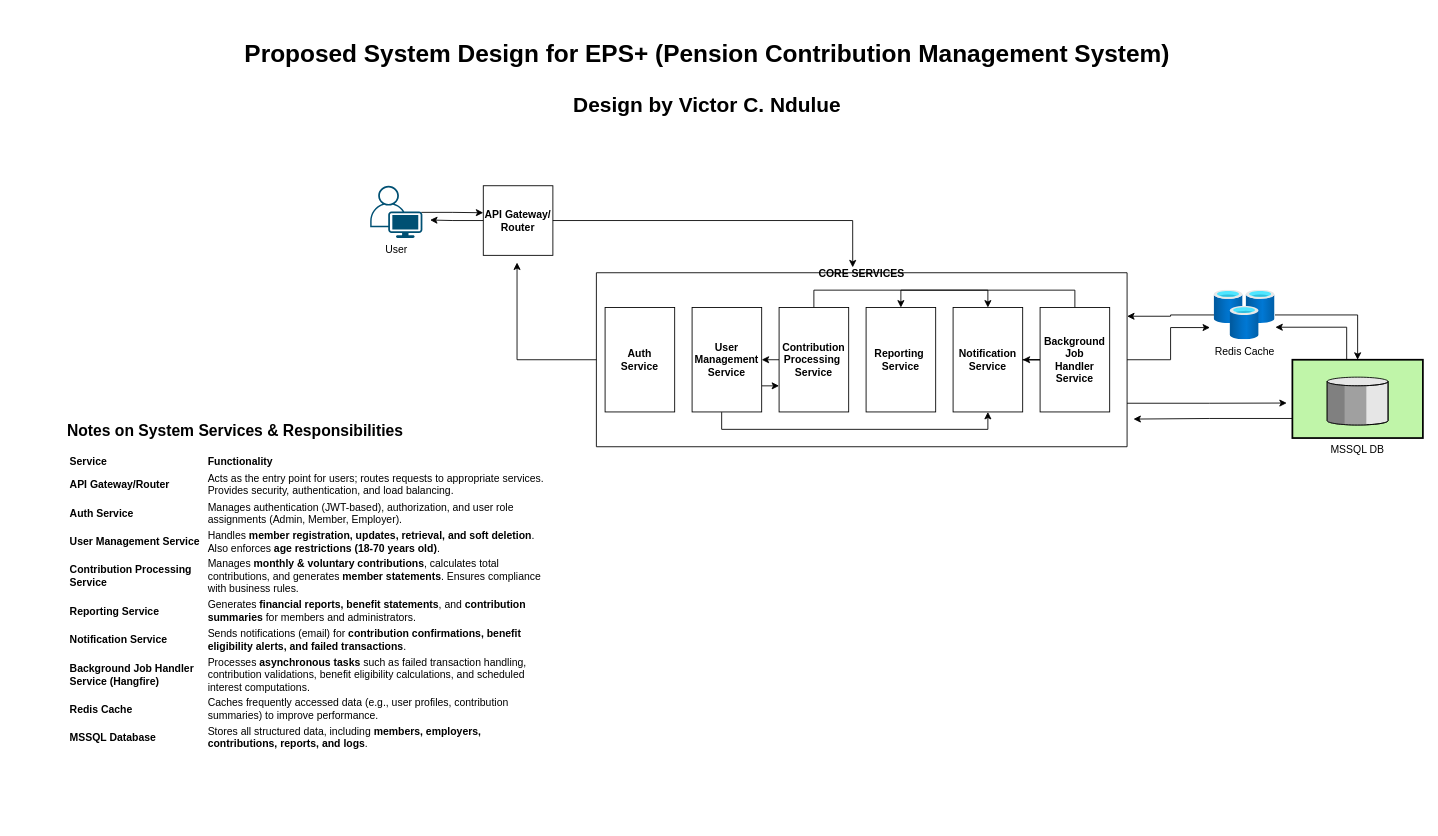
Earlier version of the draw.io diagram EnhancedPensionSystem.drawio (Victor-Ndulue/EnhancedPensionSystem). Source tidied: cells renumbered, new cells numbered last; positions are measured from the earlier drawing's top-left corner, leaving out a move shared by most shapes. Both pictures are drawn from the tidied source at 87%, with x=0, y=0 at pixel (15, 29).
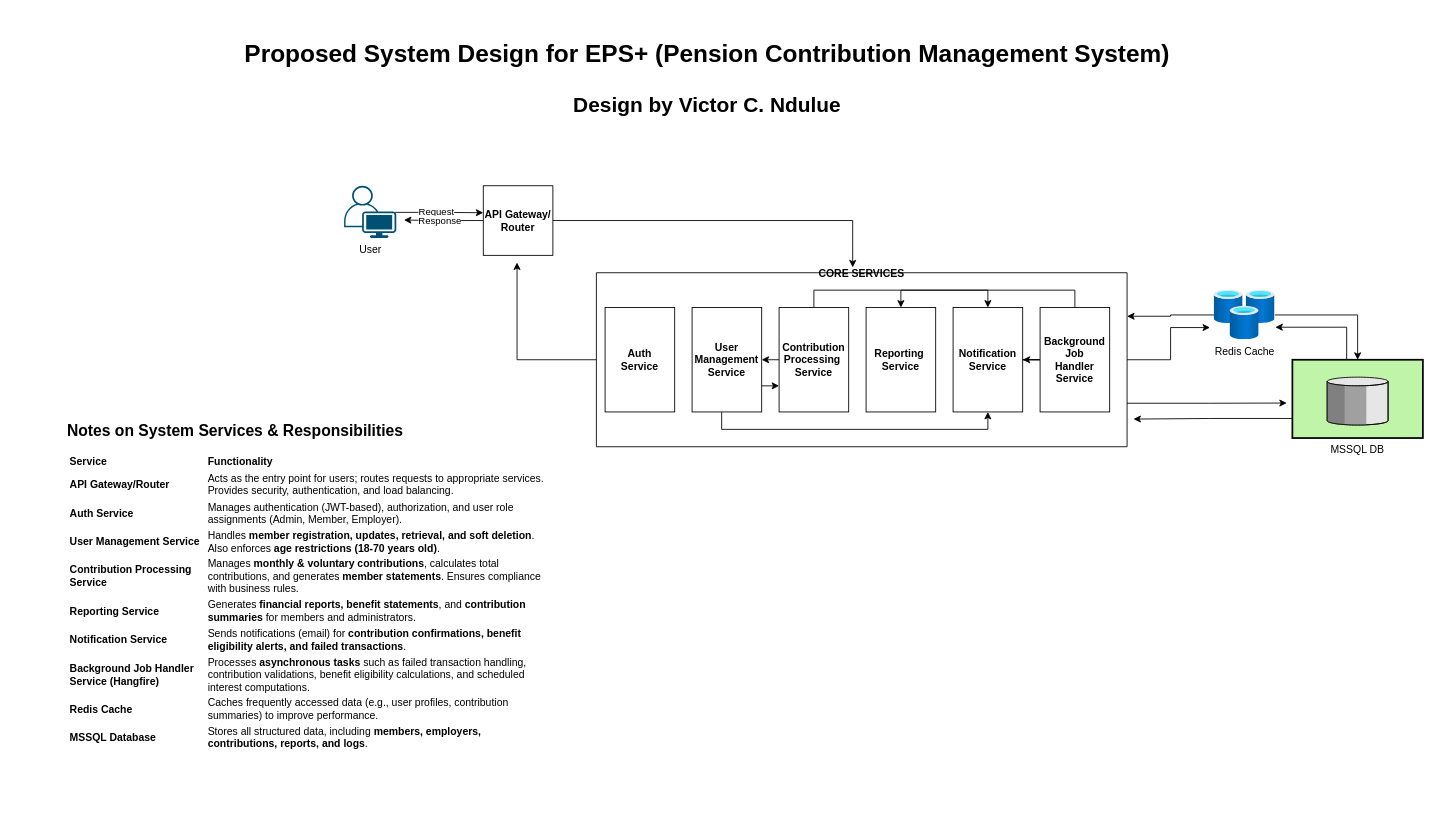
After the change.

Commit message:
Added request-response identifier EnhancedPensionSystem.drawio

Unchanged cells that the change refers to:
```xml
<mxCell id="26" style="edgeStyle=orthogonalEdgeStyle;rounded=0;jettySize=auto;html=1;exitX=0.98;exitY=0.51;exitDx=0;exitDy=0;exitPerimeter=0;entryX=0;entryY=0.388;entryDx=0;entryDy=0;entryPerimeter=0;" parent="1" edge="1" source="7" target="23">
  <mxGeometry relative="1" as="geometry" />
</mxCell>
<mxCell id="27" style="edgeStyle=orthogonalEdgeStyle;rounded=0;jettySize=auto;html=1;entryX=1.147;entryY=0.657;entryDx=0;entryDy=0;entryPerimeter=0;" parent="1" edge="1" source="23" target="7">
  <mxGeometry relative="1" as="geometry" />
</mxCell>
```

The edit, as a diff of the source:
```diff
@@
     <mxCell id="7" value="User" style="points=[[0.35,0,0],[0.98,0.51,0],[1,0.71,0],[0.67,1,0],[0,0.795,0],[0,0.65,0]];verticalLabelPosition=bottom;sketch=0;html=1;verticalAlign=top;align=center;shape=mxgraph.cisco19.user;fillColor=#005073;strokeColor=none;" parent="1" vertex="1">
-      <mxGeometry x="408" y="180" width="60" height="60" as="geometry" />
+      <mxGeometry x="378" y="180" width="60" height="60" as="geometry" />
     </mxCell>
@@
+    <mxCell id="31" value="Request" style="edgeLabel;html=1;align=center;verticalAlign=middle;" parent="26" vertex="1">
+      <mxGeometry x="-0.07" y="1" relative="1" as="geometry" />
+    </mxCell>
@@
+    <mxCell id="32" value="Response" style="edgeLabel;html=1;align=center;verticalAlign=middle;" parent="27" vertex="1">
+      <mxGeometry x="0.1" y="1" relative="1" as="geometry" />
+    </mxCell>
```
